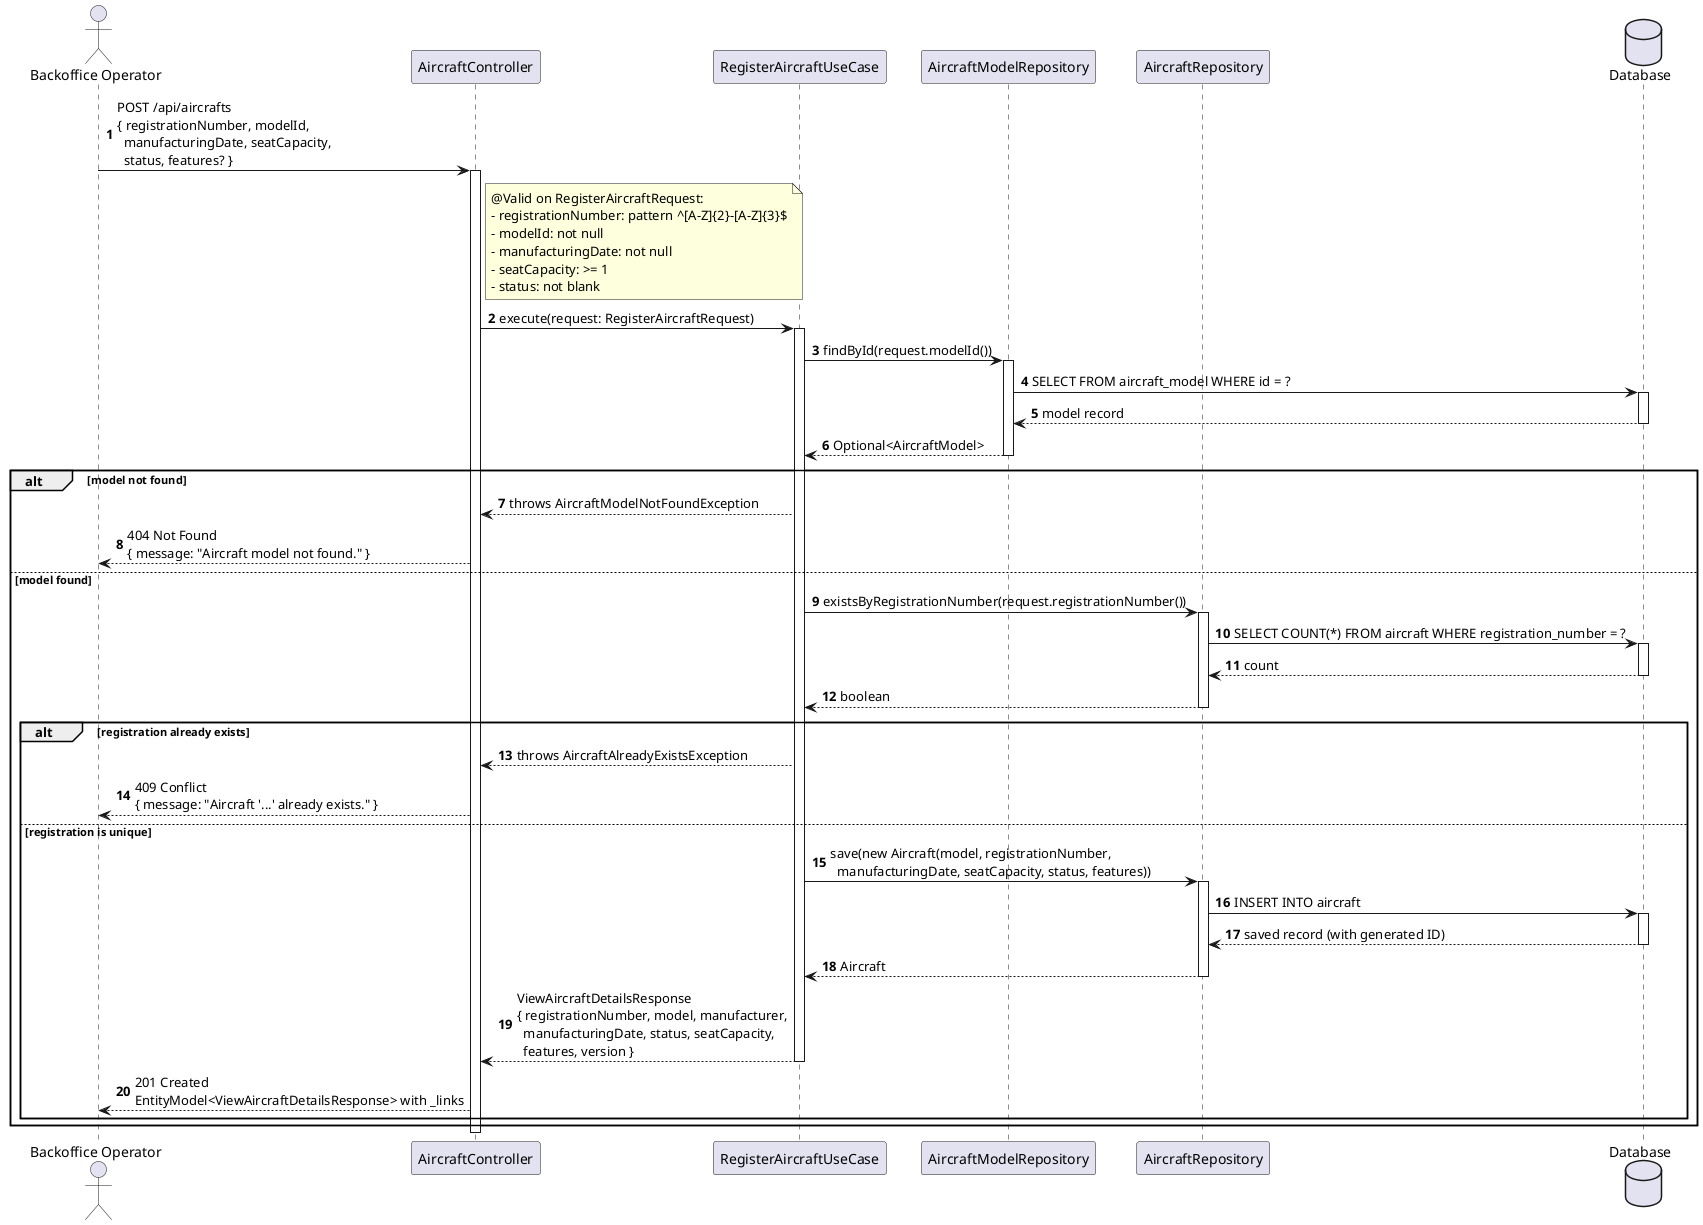
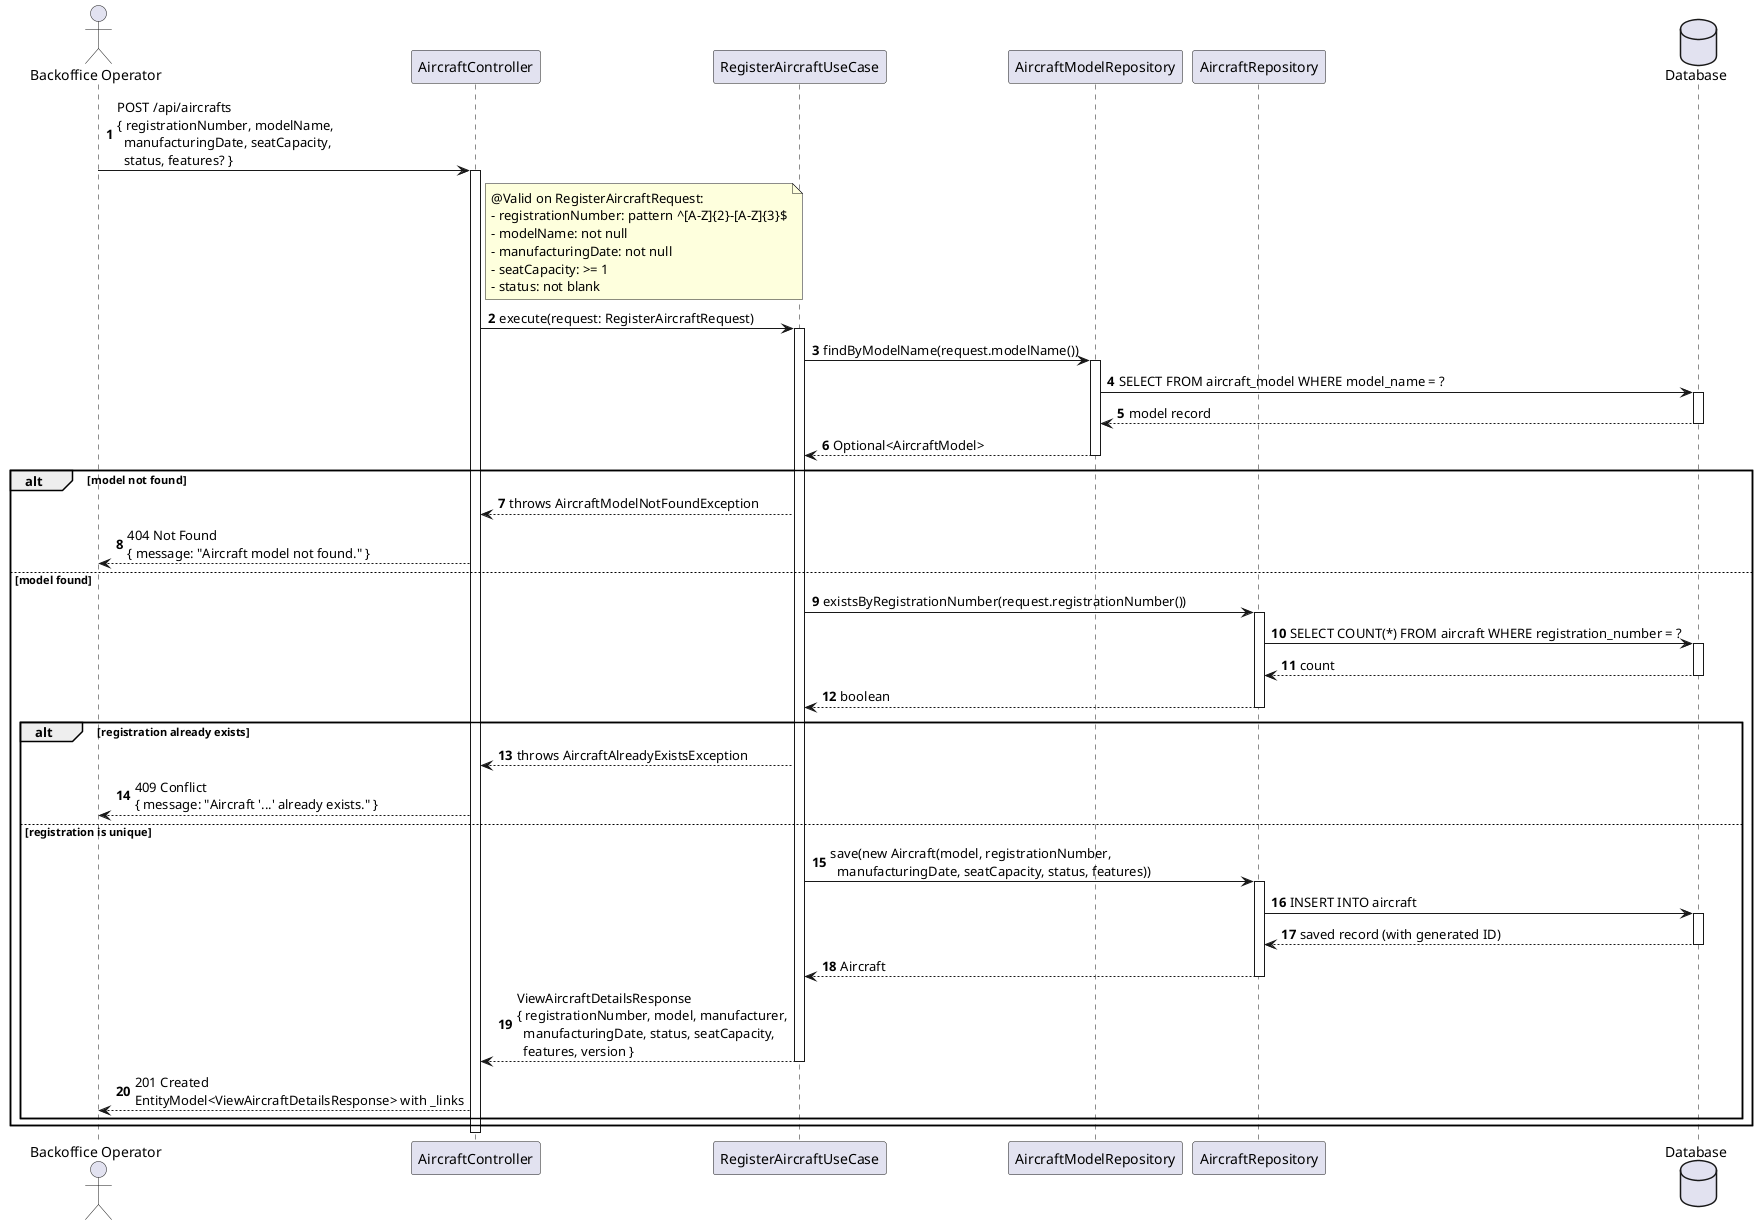
@startuml
autonumber
actor "Backoffice Operator" as BO
participant "AircraftController" as Ctrl
participant "RegisterAircraftUseCase" as UC
participant "AircraftModelRepository" as ModelRepo
participant "AircraftRepository" as Repo
database "Database" as DB

- BO -> Ctrl : POST /api/aircrafts\n{ registrationNumber, modelId,\n  manufacturingDate, seatCapacity,\n  status, features? }
+ BO -> Ctrl : POST /api/aircrafts\n{ registrationNumber, modelName,\n  manufacturingDate, seatCapacity,\n  status, features? }
activate Ctrl

note right of Ctrl
  @Valid on RegisterAircraftRequest:
  - registrationNumber: pattern ^[A-Z]{2}-[A-Z]{3}$
-   - modelId: not null
+   - modelName: not null
  - manufacturingDate: not null
  - seatCapacity: >= 1
  - status: not blank
end note

Ctrl -> UC : execute(request: RegisterAircraftRequest)
activate UC

- UC -> ModelRepo : findById(request.modelId())
+ UC -> ModelRepo : findByModelName(request.modelName())
activate ModelRepo
- ModelRepo -> DB : SELECT FROM aircraft_model WHERE id = ?
+ ModelRepo -> DB : SELECT FROM aircraft_model WHERE model_name = ?
activate DB
DB --> ModelRepo : model record
deactivate DB
ModelRepo --> UC : Optional<AircraftModel>
deactivate ModelRepo

alt model not found
  UC --> Ctrl : throws AircraftModelNotFoundException
  Ctrl --> BO : 404 Not Found\n{ message: "Aircraft model not found." }
else model found
  UC -> Repo : existsByRegistrationNumber(request.registrationNumber())
  activate Repo
  Repo -> DB : SELECT COUNT(*) FROM aircraft WHERE registration_number = ?
  activate DB
  DB --> Repo : count
  deactivate DB
  Repo --> UC : boolean
  deactivate Repo

  alt registration already exists
    UC --> Ctrl : throws AircraftAlreadyExistsException
    Ctrl --> BO : 409 Conflict\n{ message: "Aircraft '...' already exists." }
  else registration is unique
    UC -> Repo : save(new Aircraft(model, registrationNumber,\n  manufacturingDate, seatCapacity, status, features))
    activate Repo
    Repo -> DB : INSERT INTO aircraft
    activate DB
    DB --> Repo : saved record (with generated ID)
    deactivate DB
    Repo --> UC : Aircraft
    deactivate Repo

    UC --> Ctrl : ViewAircraftDetailsResponse\n{ registrationNumber, model, manufacturer,\n  manufacturingDate, status, seatCapacity,\n  features, version }
    deactivate UC
    Ctrl --> BO : 201 Created\nEntityModel<ViewAircraftDetailsResponse> with _links
  end
end

deactivate Ctrl
@enduml
